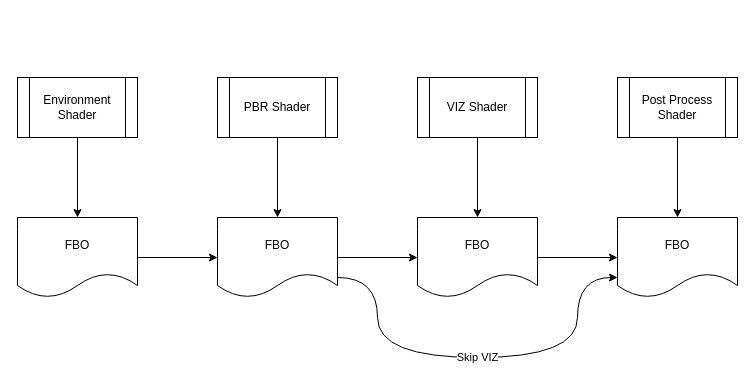
Before: page "Simple Renderer Pipeline" (3 of 3) of fluxions-ssphh-research-block-diagram.drawio in microwerx/blah-ssphh-all, a draw.io diagram. Source tidied: cells renumbered, new cells numbered last; positions are measured from the earlier drawing's top-left corner, leaving out a move shared by most shapes. Both pictures are drawn from the tidied source at 100%, with x=0, y=0 at pixel (17, 77).
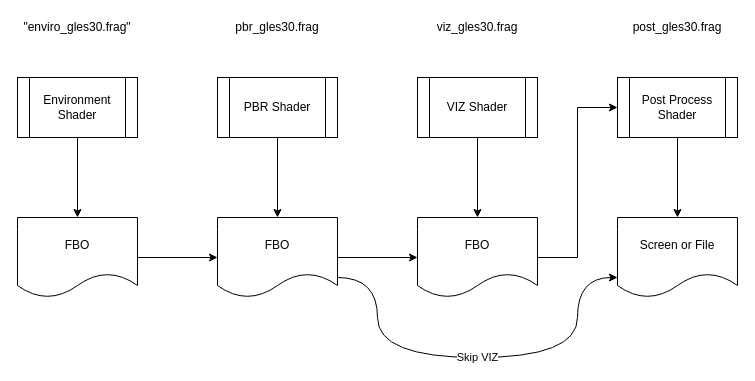
Above is the later version.

Commit message:
add names of shaders

Unchanged cells that the change refers to:
```xml
<mxCell id="8" value="FBO" style="shape=document;whiteSpace=wrap;html=1;boundedLbl=1;" parent="1" vertex="1">
  <mxGeometry x="400" y="140" width="120" height="80" as="geometry" />
</mxCell>
<mxCell id="13" value="Post Process Shader" style="shape=process;whiteSpace=wrap;html=1;backgroundOutline=1;" parent="1" vertex="1">
  <mxGeometry x="600" width="120" height="60" as="geometry" />
</mxCell>
```

What changed in the source:
```diff
@@
-    <mxCell id="7" style="edgeStyle=orthogonalEdgeStyle;rounded=0;jettySize=auto;html=1;" parent="1" edge="1" source="8" target="9">
+    <mxCell id="7" style="edgeStyle=orthogonalEdgeStyle;rounded=0;jettySize=auto;html=1;entryX=0;entryY=0.5;entryDx=0;entryDy=0;" parent="1" edge="1" source="8" target="13">
       <mxGeometry relative="1" as="geometry" />
     </mxCell>
@@
-    <mxCell id="9" value="FBO" style="shape=document;whiteSpace=wrap;html=1;boundedLbl=1;" parent="1" vertex="1">
+    <mxCell id="9" value="Screen or File" style="shape=document;whiteSpace=wrap;html=1;boundedLbl=1;" parent="1" vertex="1">
       <mxGeometry x="600" y="140" width="120" height="80" as="geometry" />
     </mxCell>
@@
+    <mxCell id="18" value="&quot;enviro_gles30.frag&quot;" style="text;html=1;strokeColor=none;fillColor=none;align=center;verticalAlign=middle;whiteSpace=wrap;rounded=0;" parent="1" vertex="1">
+      <mxGeometry y="-60" width="120" height="20" as="geometry" />
+    </mxCell>
+    <mxCell id="19" value="pbr_gles30.frag" style="text;html=1;strokeColor=none;fillColor=none;align=center;verticalAlign=middle;whiteSpace=wrap;rounded=0;" parent="1" vertex="1">
+      <mxGeometry x="200" y="-60" width="120" height="20" as="geometry" />
+    </mxCell>
+    <mxCell id="20" value="viz_gles30.frag" style="text;html=1;strokeColor=none;fillColor=none;align=center;verticalAlign=middle;whiteSpace=wrap;rounded=0;" parent="1" vertex="1">
+      <mxGeometry x="400" y="-60" width="120" height="20" as="geometry" />
+    </mxCell>
+    <mxCell id="21" value="post_gles30.frag" style="text;html=1;strokeColor=none;fillColor=none;align=center;verticalAlign=middle;whiteSpace=wrap;rounded=0;" parent="1" vertex="1">
+      <mxGeometry x="600" y="-60" width="120" height="20" as="geometry" />
+    </mxCell>
```
